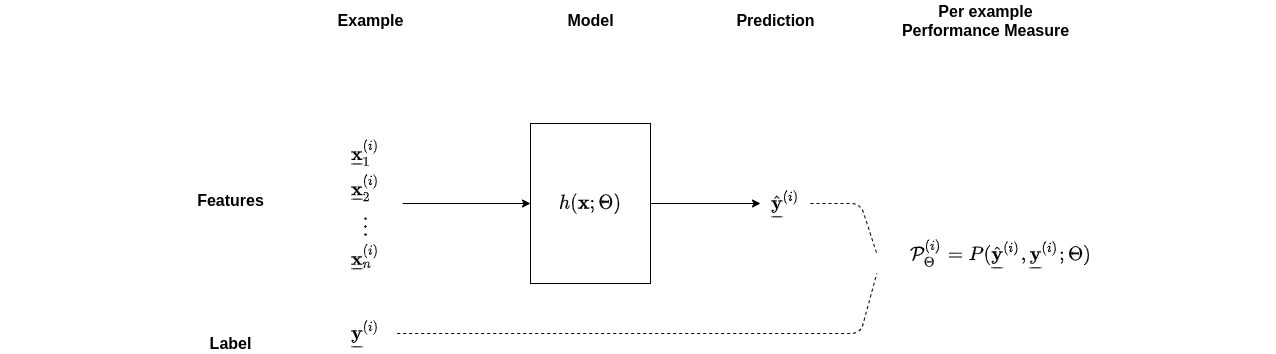
The draw.io diagram images/Performance_measure.png in nyutandononline/MachineLearning_and_Finance_Teacher, before a commit. Source tidied: cells renumbered, new cells last; positions are measured from the earlier drawing's top-left corner, leaving out a move shared by most shapes.
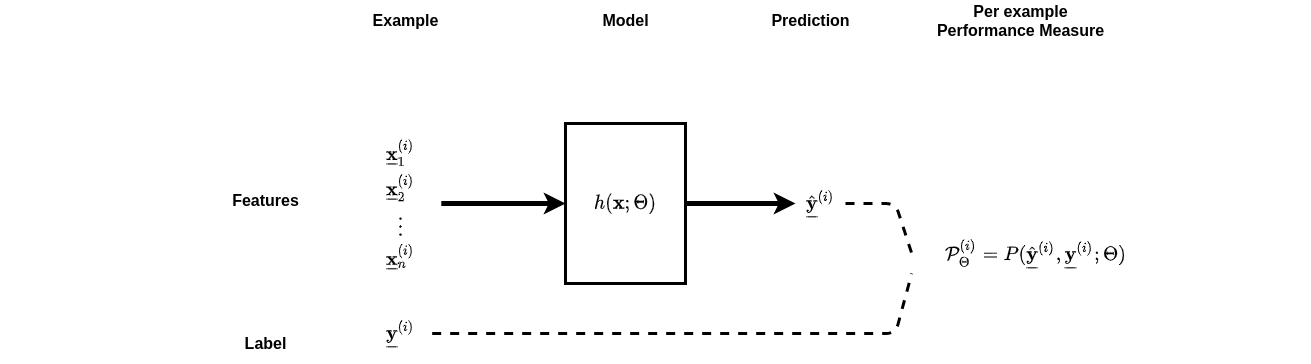
Above is the later version.

What changed in the source:
```diff
@@ -2,22 +2,22 @@
   <root>
     <mxCell id="0" />
     <mxCell id="1" parent="0" />
-    <mxCell id="2" value="&lt;font style=&quot;font-size: 16px&quot;&gt;$$\underline{\mathbf{x}}^{(i)}_1\\ \underline{\mathbf{x}}^{(i)}_2 \\ \vdots \\ \underline{\mathbf{x}}^{(i)}_n&lt;br style=&quot;font-size: 16px&quot;&gt;$$&lt;/font&gt;" style="text;html=1;align=center;verticalAlign=middle;points=[];fontSize=16;" parent="1" vertex="1">
-      <mxGeometry y="183" width="730" height="40" as="geometry" />
+    <mxCell id="2" value="&lt;font style=&quot;font-size: 16px&quot;&gt;&lt;b&gt;$$\underline{\mathbf{x}}^{(i)}_1\\ \underline{\mathbf{x}}^{(i)}_2 \\ \vdots \\ \underline{\mathbf{x}}^{(i)}_n&lt;br style=&quot;font-size: 16px&quot;&gt;$$&lt;/b&gt;&lt;/font&gt;" style="text;html=1;align=center;verticalAlign=middle;points=[];fontSize=16;" parent="1" vertex="1">
+      <mxGeometry x="-35" y="183" width="800" height="40" as="geometry" />
     </mxCell>
-    <mxCell id="3" value="$$h(\mathbf{x};\Theta)$$" style="rounded=0;whiteSpace=wrap;html=1;fontSize=16;" parent="1" vertex="1">
+    <mxCell id="3" value="$$h(\mathbf{x};\Theta)$$" style="rounded=0;whiteSpace=wrap;html=1;fontSize=16;strokeWidth=3;" parent="1" vertex="1">
       <mxGeometry x="530" y="123" width="120" height="160" as="geometry" />
     </mxCell>
     <mxCell id="4" value="$$\hat{\underline{\mathbf{y}}}^{(i)}$$" style="text;html=1;align=center;verticalAlign=middle;fontSize=16;" parent="1" vertex="1">
       <mxGeometry x="650" y="193" width="270" height="20" as="geometry" />
     </mxCell>
-    <mxCell id="5" style="endArrow=classic;html=1;fontSize=16;entryX=0;entryY=0.5;entryDx=0;entryDy=0;exitX=0.551;exitY=0.5;exitDx=0;exitDy=0;exitPerimeter=0;" parent="1" edge="1" source="2" target="3">
+    <mxCell id="5" style="endArrow=classic;html=1;fontSize=16;entryX=0;entryY=0.5;entryDx=0;entryDy=0;exitX=0.551;exitY=0.5;exitDx=0;exitDy=0;exitPerimeter=0;strokeWidth=5;" parent="1" edge="1" source="2" target="3">
       <mxGeometry relative="1" as="geometry" />
     </mxCell>
     <mxCell id="6" value="$$\underline{\mathbf{y}}^{(i)}$$" style="text;html=1;align=center;verticalAlign=middle;points=[];fontSize=16;" parent="1" vertex="1">
       <mxGeometry x="245" y="323" width="240" height="20" as="geometry" />
     </mxCell>
-    <mxCell id="7" style="endArrow=classic;html=1;fontSize=16;exitX=0.551;exitY=0.5;exitDx=0;exitDy=0;exitPerimeter=0;" parent="1" edge="1">
+    <mxCell id="7" style="endArrow=classic;html=1;fontSize=16;exitX=0.551;exitY=0.5;exitDx=0;exitDy=0;exitPerimeter=0;strokeWidth=5;" parent="1" edge="1">
       <mxGeometry relative="1" as="geometry">
         <mxPoint x="650" y="203" as="sourcePoint" />
         <mxPoint x="760" y="203" as="targetPoint" />
@@ -26,7 +26,7 @@
     <mxCell id="8" value="$$\mathcal{P}^{(i)}_\Theta&lt;br&gt;&amp;nbsp;= P( \hat{\underline{\mathbf{y}}}^{(i)}, \underline{\mathbf{y}}^{(i)}; \Theta)$$" style="text;html=1;align=center;verticalAlign=middle;points=[];fontSize=16;" parent="1" vertex="1">
       <mxGeometry x="725" y="233" width="550" height="40" as="geometry" />
     </mxCell>
-    <mxCell id="9" style="endArrow=none;dashed=1;html=1;fontSize=16;entryX=0.275;entryY=0.5;entryDx=0;entryDy=0;entryPerimeter=0;" parent="1" edge="1" target="8">
+    <mxCell id="9" style="endArrow=none;dashed=1;html=1;fontSize=16;entryX=0.275;entryY=0.5;entryDx=0;entryDy=0;entryPerimeter=0;strokeWidth=3;" parent="1" edge="1" target="8">
       <mxGeometry relative="1" as="geometry">
         <mxPoint x="810" y="203" as="sourcePoint" />
         <Array as="points">
@@ -34,7 +34,7 @@
         </Array>
       </mxGeometry>
     </mxCell>
-    <mxCell id="10" style="endArrow=none;dashed=1;html=1;fontSize=16;exitX=0.632;exitY=0.5;exitDx=0;exitDy=0;exitPerimeter=0;entryX=0.275;entryY=1;entryDx=0;entryDy=0;entryPerimeter=0;" parent="1" edge="1" source="6" target="8">
+    <mxCell id="10" style="endArrow=none;dashed=1;html=1;fontSize=16;exitX=0.632;exitY=0.5;exitDx=0;exitDy=0;exitPerimeter=0;entryX=0.275;entryY=1;entryDx=0;entryDy=0;entryPerimeter=0;strokeWidth=3;" parent="1" edge="1" source="6" target="8">
       <mxGeometry relative="1" as="geometry">
         <Array as="points">
           <mxPoint x="860" y="333" />
```
